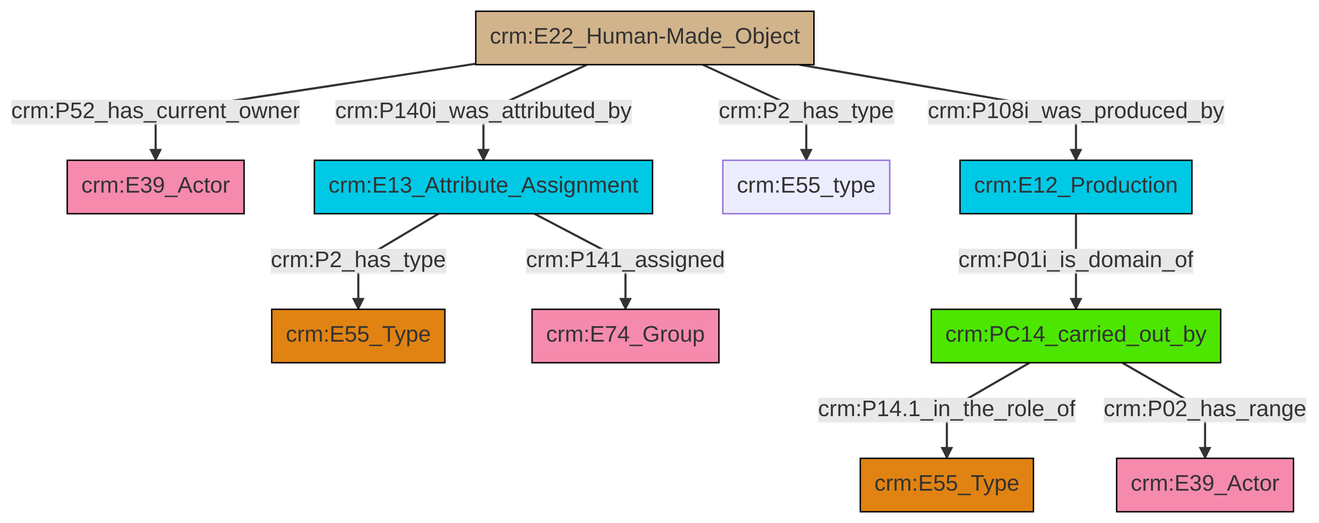
This is et/builtWorkCSV/ttl/mmd/png/Built_Work_actor_relations.png from swiss-art-research-net/reference-data-models, a Mermaid export, as it was before one commit. Its source is kept beside it as et/builtWorkCSV/ttl/mmd/Built_Work_actor_relations.ttl.mmd.
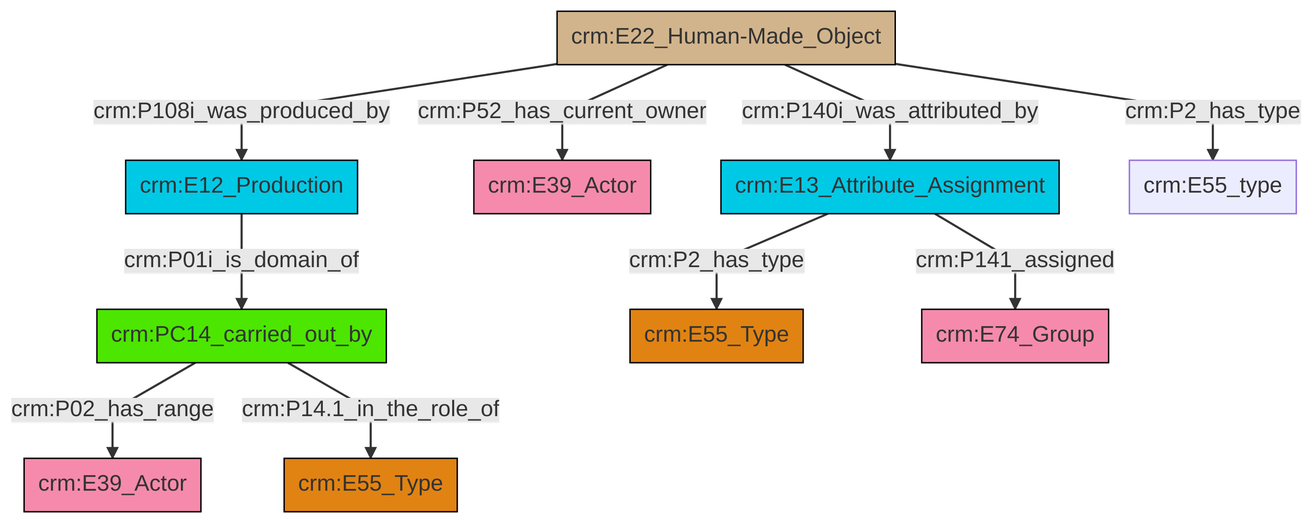
After the commit.

The edit, as a diff of the source:
```diff
@@ -13,12 +13,12 @@
 classDef PC_Classes fill:#4ce600, stroke:#000000;
 classDef Multi fill:#cccccc,stroke:#000000;
 
-0["crm:E22_Human-Made_Object"]:::Physical_Thing -->|crm:P52_has_current_owner| 1["crm:E39_Actor"]:::Actor
-0["crm:E22_Human-Made_Object"]:::Physical_Thing -->|crm:P140i_was_attributed_by| 2["crm:E13_Attribute_Assignment"]:::Temporal_Entity
-2["crm:E13_Attribute_Assignment"]:::Temporal_Entity -->|crm:P2_has_type| 3["crm:E55_Type"]:::Type
-6["crm:PC14_carried_out_by"]:::PC_Classes -->|crm:P14.1_in_the_role_of| 7["crm:E55_Type"]:::Type
-0["crm:E22_Human-Made_Object"]:::Physical_Thing -->|crm:P2_has_type| 8["crm:E55_type"]:::Default
-9["crm:E12_Production"]:::Temporal_Entity -->|crm:P01i_is_domain_of| 6["crm:PC14_carried_out_by"]:::PC_Classes
-0["crm:E22_Human-Made_Object"]:::Physical_Thing -->|crm:P108i_was_produced_by| 9["crm:E12_Production"]:::Temporal_Entity
-2["crm:E13_Attribute_Assignment"]:::Temporal_Entity -->|crm:P141_assigned| 10["crm:E74_Group"]:::Actor
-6["crm:PC14_carried_out_by"]:::PC_Classes -->|crm:P02_has_range| 14["crm:E39_Actor"]:::Actor
+4["crm:E22_Human-Made_Object"]:::Physical_Thing -->|crm:P140i_was_attributed_by| 10["crm:E13_Attribute_Assignment"]:::Temporal_Entity
+4["crm:E22_Human-Made_Object"]:::Physical_Thing -->|crm:P108i_was_produced_by| 6["crm:E12_Production"]:::Temporal_Entity
+4["crm:E22_Human-Made_Object"]:::Physical_Thing -->|crm:P52_has_current_owner| 8["crm:E39_Actor"]:::Actor
+10["crm:E13_Attribute_Assignment"]:::Temporal_Entity -->|crm:P141_assigned| 16["crm:E74_Group"]:::Actor
+0["crm:PC14_carried_out_by"]:::PC_Classes -->|crm:P02_has_range| 2["crm:E39_Actor"]:::Actor
+10["crm:E13_Attribute_Assignment"]:::Temporal_Entity -->|crm:P2_has_type| 13["crm:E55_Type"]:::Type
+6["crm:E12_Production"]:::Temporal_Entity -->|crm:P01i_is_domain_of| 0["crm:PC14_carried_out_by"]:::PC_Classes
+4["crm:E22_Human-Made_Object"]:::Physical_Thing -->|crm:P2_has_type| 18["crm:E55_type"]:::Default
+0["crm:PC14_carried_out_by"]:::PC_Classes -->|crm:P14.1_in_the_role_of| 11["crm:E55_Type"]:::Type
```
